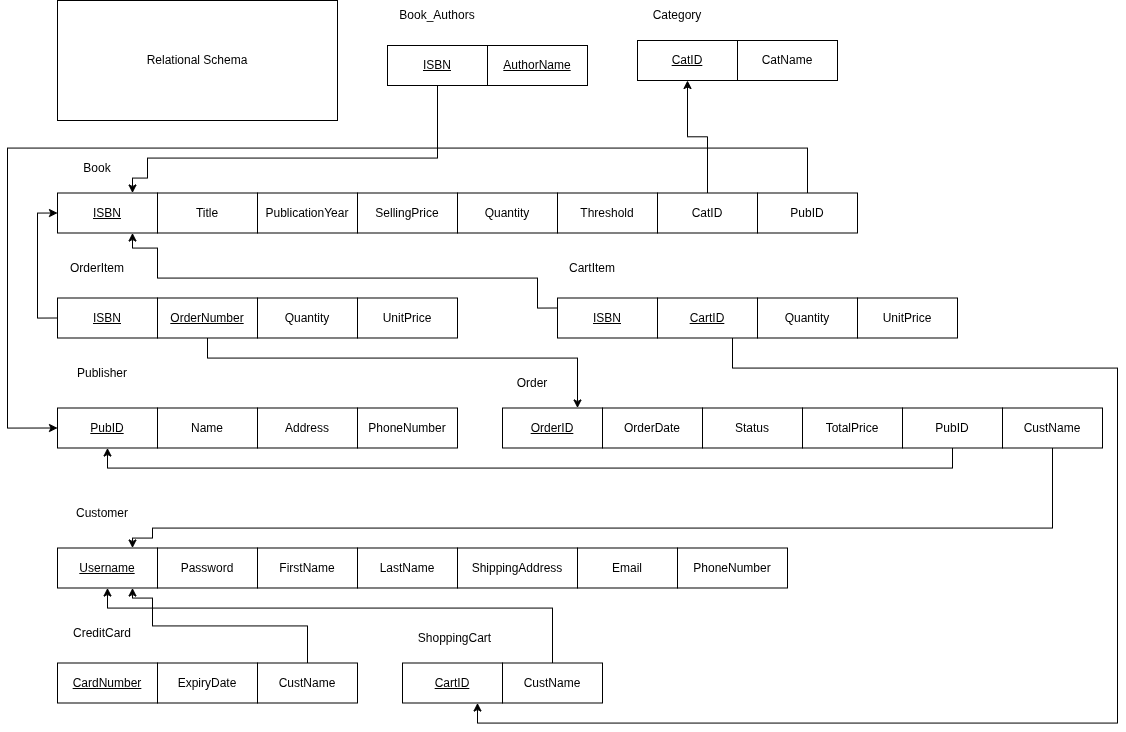
Earlier version of the draw.io export src/Database/Schema.png (seifmaazouz/order-processing-system). Source tidied: cells renumbered, new cells last; positions are measured from the earlier drawing's top-left corner, leaving out a move shared by most shapes.
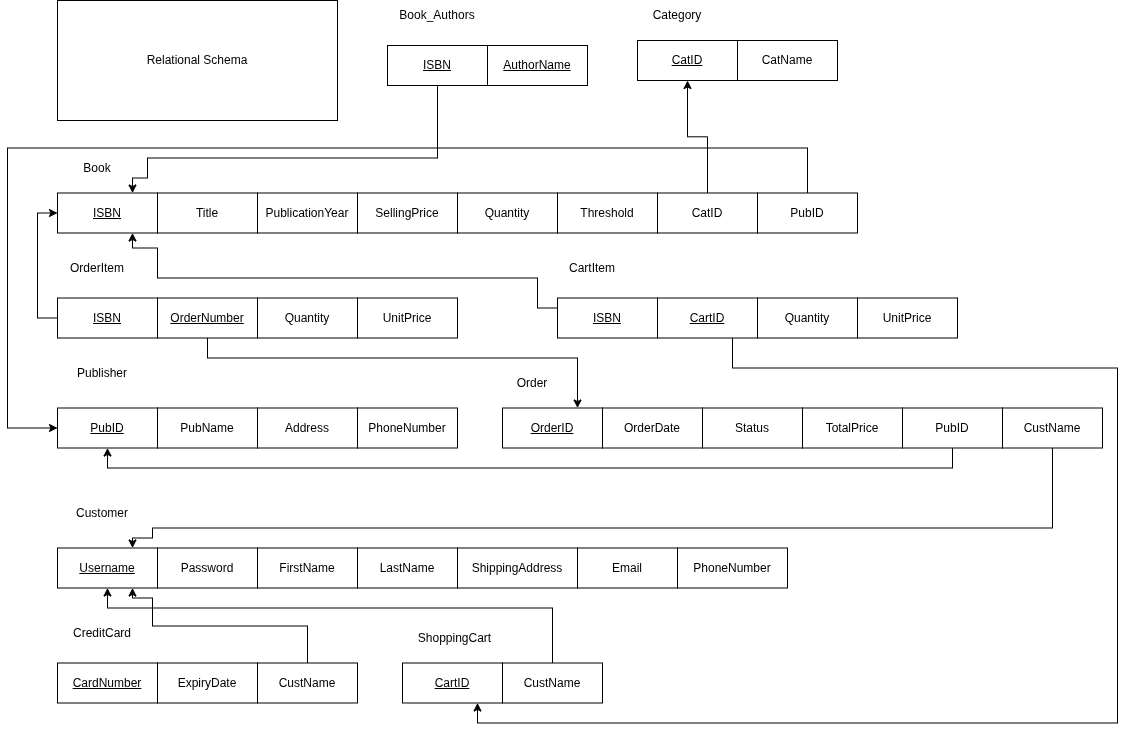
The same diagram one commit later.

Change to the diagram source:
```diff
@@ -78,7 +78,7 @@
     <mxCell id="22" value="&lt;u&gt;PubID&lt;/u&gt;" style="whiteSpace=wrap;html=1;align=center;" parent="1" vertex="1">
       <mxGeometry x="50" y="407.5" width="100" height="40" as="geometry" />
     </mxCell>
-    <mxCell id="23" value="Name" style="whiteSpace=wrap;html=1;align=center;" parent="1" vertex="1">
+    <mxCell id="23" value="PubName" style="whiteSpace=wrap;html=1;align=center;" parent="1" vertex="1">
       <mxGeometry x="150" y="407.5" width="100" height="40" as="geometry" />
     </mxCell>
     <mxCell id="24" value="Address" style="whiteSpace=wrap;html=1;align=center;" parent="1" vertex="1">
```
